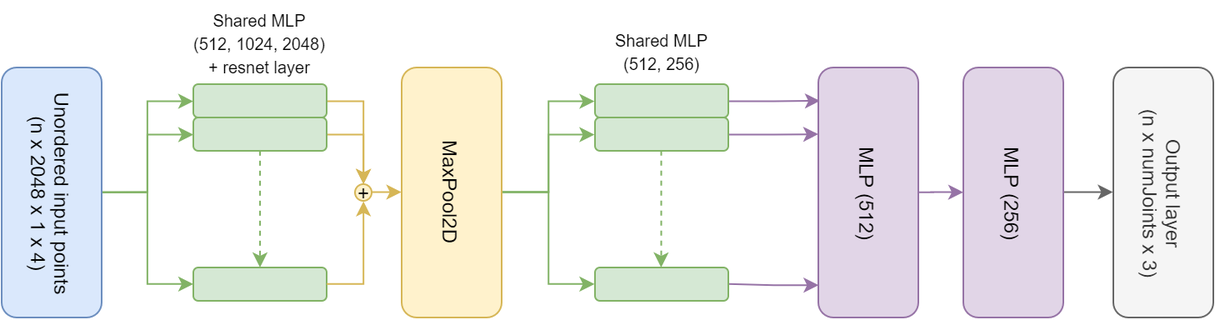
The draw.io diagram document/images/implementation/4chanPE.png in danasko/master_thesis, before a commit. Source tidied: cells renumbered, new cells last; positions are measured from the earlier drawing's top-left corner, leaving out a move shared by most shapes.
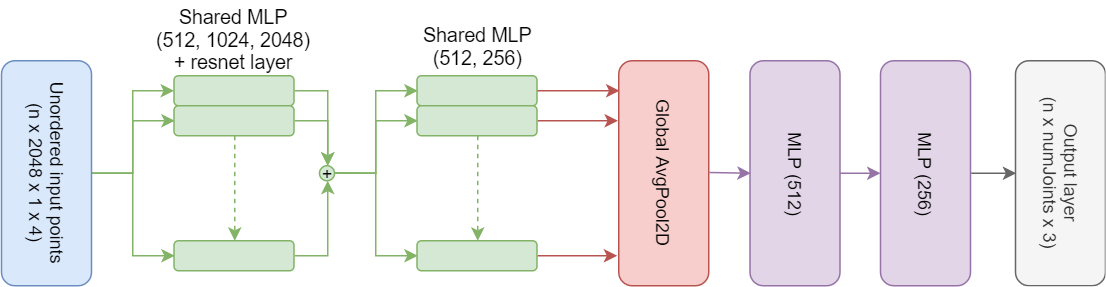
Later version of the same file.

Diff of the diagram source:
```diff
@@ -17,7 +17,7 @@
     <mxCell id="6" style="edgeStyle=orthogonalEdgeStyle;rounded=0;jettySize=auto;html=1;" parent="1" edge="1" source="8" target="11">
       <mxGeometry relative="1" as="geometry" />
     </mxCell>
-    <mxCell id="7" style="edgeStyle=orthogonalEdgeStyle;rounded=0;jettySize=auto;html=1;exitX=1;exitY=0.5;exitDx=0;exitDy=0;entryX=0.5;entryY=0;entryDx=0;entryDy=0;fillColor=#fff2cc;strokeColor=#d6b656;" parent="1" edge="1" source="8" target="29">
+    <mxCell id="7" style="edgeStyle=orthogonalEdgeStyle;rounded=0;jettySize=auto;html=1;exitX=1;exitY=0.5;exitDx=0;exitDy=0;entryX=0.5;entryY=0;entryDx=0;entryDy=0;fillColor=#d5e8d4;strokeColor=#82b366;" parent="1" edge="1" source="8" target="29">
       <mxGeometry relative="1" as="geometry" />
     </mxCell>
     <mxCell id="8" style="rounded=1;whiteSpace=wrap;html=1;fillColor=#d5e8d4;strokeColor=#82b366;" parent="1" vertex="1">
@@ -26,95 +26,95 @@
     <mxCell id="9" style="edgeStyle=orthogonalEdgeStyle;rounded=0;jettySize=auto;html=1;dashed=1;fillColor=#d5e8d4;strokeColor=#82b366;exitX=0.5;exitY=1;exitDx=0;exitDy=0;" parent="1" edge="1" source="11" target="13">
       <mxGeometry relative="1" as="geometry" />
     </mxCell>
-    <mxCell id="10" style="edgeStyle=orthogonalEdgeStyle;rounded=0;jettySize=auto;html=1;exitX=1;exitY=0.5;exitDx=0;exitDy=0;fillColor=#fff2cc;strokeColor=#d6b656;entryX=0.5;entryY=0;entryDx=0;entryDy=0;" parent="1" edge="1" source="11" target="29">
+    <mxCell id="10" style="edgeStyle=orthogonalEdgeStyle;rounded=0;jettySize=auto;html=1;exitX=1;exitY=0.5;exitDx=0;exitDy=0;fillColor=#d5e8d4;strokeColor=#82b366;entryX=0.5;entryY=0;entryDx=0;entryDy=0;" parent="1" edge="1" source="11" target="29">
       <mxGeometry relative="1" as="geometry" />
     </mxCell>
     <mxCell id="11" style="rounded=1;whiteSpace=wrap;html=1;fillColor=#d5e8d4;strokeColor=#82b366;" parent="1" vertex="1">
       <mxGeometry x="160.5" y="70" width="80" height="20" as="geometry" />
     </mxCell>
-    <mxCell id="12" style="edgeStyle=orthogonalEdgeStyle;rounded=0;jettySize=auto;html=1;exitX=1;exitY=0.5;exitDx=0;exitDy=0;fillColor=#fff2cc;strokeColor=#d6b656;entryX=0.5;entryY=1;entryDx=0;entryDy=0;" parent="1" edge="1" source="29" target="18">
-      <mxGeometry relative="1" as="geometry" />
-    </mxCell>
     <mxCell id="13" style="rounded=1;whiteSpace=wrap;html=1;fillColor=#d5e8d4;strokeColor=#82b366;" parent="1" vertex="1">
       <mxGeometry x="160.5" y="160" width="80" height="20" as="geometry" />
     </mxCell>
-    <mxCell id="14" value="&lt;font style=&quot;font-size: 10px&quot;&gt;Shared MLP&lt;br&gt;(512, 1024, 2048)&lt;br&gt;+ resnet layer&lt;br&gt;&lt;/font&gt;" style="text;html=1;align=center;verticalAlign=middle;rotation=0;" parent="1" vertex="1">
-      <mxGeometry x="155.5" width="90" height="50" as="geometry" />
+    <mxCell id="14" value="&lt;font style=&quot;font-size: 13px;&quot;&gt;Shared MLP&lt;br style=&quot;font-size: 13px;&quot;&gt;(512, 1024, 2048)&lt;br style=&quot;font-size: 13px;&quot;&gt;+ resnet layer&lt;br style=&quot;font-size: 13px;&quot;&gt;&lt;/font&gt;" style="text;html=1;align=center;verticalAlign=middle;rotation=0;fontSize=13;" parent="1" vertex="1">
+      <mxGeometry x="140.5" width="120" height="50" as="geometry" />
     </mxCell>
     <mxCell id="15" style="edgeStyle=orthogonalEdgeStyle;rounded=0;jettySize=auto;html=1;entryX=0;entryY=0.5;entryDx=0;entryDy=0;exitX=0.5;exitY=0;exitDx=0;exitDy=0;fillColor=#d5e8d4;strokeColor=#82b366;" parent="1" edge="1" target="21">
       <mxGeometry relative="1" as="geometry">
-        <mxPoint x="345.5" y="114.8" as="sourcePoint" />
+        <mxPoint x="266.5" y="114.8" as="sourcePoint" />
       </mxGeometry>
     </mxCell>
     <mxCell id="16" style="edgeStyle=orthogonalEdgeStyle;rounded=0;jettySize=auto;html=1;exitX=0.5;exitY=0;exitDx=0;exitDy=0;entryX=0;entryY=0.5;entryDx=0;entryDy=0;fillColor=#d5e8d4;strokeColor=#82b366;" parent="1" edge="1" target="24">
       <mxGeometry relative="1" as="geometry">
-        <mxPoint x="345.5" y="114.8" as="sourcePoint" />
+        <mxPoint x="266.5" y="114.8" as="sourcePoint" />
       </mxGeometry>
     </mxCell>
     <mxCell id="17" style="edgeStyle=orthogonalEdgeStyle;rounded=0;jettySize=auto;html=1;exitX=0.5;exitY=0;exitDx=0;exitDy=0;entryX=0;entryY=0.5;entryDx=0;entryDy=0;fillColor=#d5e8d4;strokeColor=#82b366;" parent="1" edge="1" target="26">
       <mxGeometry relative="1" as="geometry">
-        <mxPoint x="345.5" y="114.8" as="sourcePoint" />
+        <mxPoint x="266.5" y="114.8" as="sourcePoint" />
       </mxGeometry>
     </mxCell>
-    <mxCell id="18" value="MaxPool2D&lt;br&gt;" style="rounded=1;whiteSpace=wrap;html=1;rotation=90;fillColor=#fff2cc;strokeColor=#d6b656;" parent="1" vertex="1">
-      <mxGeometry x="240.5" y="85" width="150" height="60" as="geometry" />
-    </mxCell>
     <mxCell id="19" style="edgeStyle=orthogonalEdgeStyle;rounded=0;jettySize=auto;html=1;fillColor=#d5e8d4;strokeColor=#82b366;" parent="1" edge="1" source="21" target="24">
       <mxGeometry relative="1" as="geometry" />
     </mxCell>
-    <mxCell id="20" style="edgeStyle=orthogonalEdgeStyle;rounded=0;jettySize=auto;html=1;exitX=0.988;exitY=0.5;exitDx=0;exitDy=0;exitPerimeter=0;fillColor=#e1d5e7;strokeColor=#9673a6;" parent="1" edge="1" source="21">
+    <mxCell id="20" style="edgeStyle=orthogonalEdgeStyle;rounded=0;jettySize=auto;html=1;exitX=0.988;exitY=0.5;exitDx=0;exitDy=0;exitPerimeter=0;fillColor=#f8cecc;strokeColor=#b85450;" parent="1" edge="1" source="21">
       <mxGeometry relative="1" as="geometry">
-        <mxPoint x="536.5" y="60" as="targetPoint" />
+        <mxPoint x="457.5" y="60" as="targetPoint" />
       </mxGeometry>
     </mxCell>
     <mxCell id="21" style="rounded=1;whiteSpace=wrap;html=1;fillColor=#d5e8d4;strokeColor=#82b366;" parent="1" vertex="1">
-      <mxGeometry x="401.5" y="50" width="80" height="20" as="geometry" />
+      <mxGeometry x="322.5" y="50" width="80" height="20" as="geometry" />
     </mxCell>
     <mxCell id="22" style="edgeStyle=orthogonalEdgeStyle;rounded=0;jettySize=auto;html=1;dashed=1;fillColor=#d5e8d4;strokeColor=#82b366;exitX=0.5;exitY=1;exitDx=0;exitDy=0;" parent="1" edge="1" source="24" target="26">
       <mxGeometry relative="1" as="geometry" />
     </mxCell>
-    <mxCell id="23" style="edgeStyle=orthogonalEdgeStyle;rounded=0;jettySize=auto;html=1;exitX=1;exitY=0.5;exitDx=0;exitDy=0;fillColor=#e1d5e7;strokeColor=#9673a6;" parent="1" edge="1" source="24">
+    <mxCell id="23" style="edgeStyle=orthogonalEdgeStyle;rounded=0;jettySize=auto;html=1;exitX=1;exitY=0.5;exitDx=0;exitDy=0;fillColor=#f8cecc;strokeColor=#b85450;" parent="1" edge="1" source="24">
       <mxGeometry relative="1" as="geometry">
-        <mxPoint x="535.5" y="80" as="targetPoint" />
+        <mxPoint x="456.5" y="80" as="targetPoint" />
       </mxGeometry>
     </mxCell>
     <mxCell id="24" style="rounded=1;whiteSpace=wrap;html=1;fillColor=#d5e8d4;strokeColor=#82b366;" parent="1" vertex="1">
-      <mxGeometry x="401.5" y="70" width="80" height="20" as="geometry" />
+      <mxGeometry x="322.5" y="70" width="80" height="20" as="geometry" />
     </mxCell>
-    <mxCell id="25" style="edgeStyle=orthogonalEdgeStyle;rounded=0;jettySize=auto;html=1;exitX=1;exitY=0.5;exitDx=0;exitDy=0;fillColor=#e1d5e7;strokeColor=#9673a6;" parent="1" edge="1" source="26">
-      <mxGeometry relative="1" as="geometry">
-        <mxPoint x="535.4" y="170.6" as="targetPoint" />
-        <Array as="points">
-          <mxPoint x="508.5" y="171" />
-        </Array>
-      </mxGeometry>
-    </mxCell>
     <mxCell id="26" style="rounded=1;whiteSpace=wrap;html=1;fillColor=#d5e8d4;strokeColor=#82b366;" parent="1" vertex="1">
-      <mxGeometry x="401.5" y="160" width="80" height="20" as="geometry" />
+      <mxGeometry x="322.5" y="160" width="80" height="20" as="geometry" />
     </mxCell>
-    <mxCell id="27" value="&lt;font style=&quot;font-size: 10px&quot;&gt;Shared MLP&lt;br&gt;(512, 256)&lt;br&gt;&lt;/font&gt;" style="text;html=1;align=center;verticalAlign=middle;rotation=0;" parent="1" vertex="1">
-      <mxGeometry x="406.5" y="10" width="70" height="40" as="geometry" />
+    <mxCell id="27" value="&lt;font style=&quot;font-size: 13px;&quot;&gt;Shared MLP&lt;br style=&quot;font-size: 13px;&quot;&gt;(512, 256)&lt;br style=&quot;font-size: 13px;&quot;&gt;&lt;/font&gt;" style="text;html=1;align=center;verticalAlign=middle;rotation=0;fontSize=13;" parent="1" vertex="1">
+      <mxGeometry x="317.5" y="10" width="90" height="40" as="geometry" />
     </mxCell>
     <mxCell id="28" value="Output layer&lt;br&gt;(n x numJoints x 3)" style="rounded=1;whiteSpace=wrap;html=1;rotation=90;fillColor=#f5f5f5;strokeColor=#666666;fontColor=#333333;" parent="1" vertex="1">
-      <mxGeometry x="667.5" y="85" width="150" height="60" as="geometry" />
+      <mxGeometry x="676.5" y="85" width="150" height="60" as="geometry" />
     </mxCell>
-    <mxCell id="29" value="+" style="ellipse;whiteSpace=wrap;html=1;strokeWidth=1;verticalAlign=middle;spacing=2;spacingBottom=1;fillColor=#fff2cc;strokeColor=#d6b656;" parent="1" vertex="1">
+    <mxCell id="29" value="+" style="ellipse;whiteSpace=wrap;html=1;strokeWidth=1;verticalAlign=middle;spacing=2;spacingBottom=1;fillColor=#d5e8d4;strokeColor=#82b366;" parent="1" vertex="1">
       <mxGeometry x="257.5" y="110" width="10" height="10" as="geometry" />
     </mxCell>
-    <mxCell id="30" style="edgeStyle=orthogonalEdgeStyle;rounded=0;jettySize=auto;html=1;exitX=1;exitY=0.5;exitDx=0;exitDy=0;fillColor=#fff2cc;strokeColor=#d6b656;entryX=0.5;entryY=1;entryDx=0;entryDy=0;" parent="1" edge="1" source="13" target="29">
+    <mxCell id="30" style="edgeStyle=orthogonalEdgeStyle;rounded=0;jettySize=auto;html=1;exitX=1;exitY=0.5;exitDx=0;exitDy=0;fillColor=#d5e8d4;strokeColor=#82b366;entryX=0.5;entryY=1;entryDx=0;entryDy=0;" parent="1" edge="1" source="13" target="29">
       <mxGeometry relative="1" as="geometry" />
     </mxCell>
     <mxCell id="31" style="edgeStyle=orthogonalEdgeStyle;rounded=0;jettySize=auto;html=1;fillColor=#e1d5e7;strokeColor=#9673a6;" parent="1" edge="1" source="32" target="34">
       <mxGeometry relative="1" as="geometry" />
     </mxCell>
     <mxCell id="32" value="MLP (512)" style="rounded=1;whiteSpace=wrap;html=1;rotation=90;fillColor=#e1d5e7;strokeColor=#9673a6;" parent="1" vertex="1">
-      <mxGeometry x="490.5" y="85" width="150" height="60" as="geometry" />
+      <mxGeometry x="499.5" y="85" width="150" height="60" as="geometry" />
     </mxCell>
     <mxCell id="33" style="edgeStyle=orthogonalEdgeStyle;rounded=0;jettySize=auto;html=1;exitX=0.5;exitY=0;exitDx=0;exitDy=0;entryX=0.5;entryY=1;entryDx=0;entryDy=0;fillColor=#f5f5f5;strokeColor=#666666;" parent="1" edge="1" source="34" target="28">
       <mxGeometry relative="1" as="geometry" />
     </mxCell>
     <mxCell id="34" value="MLP (256)" style="rounded=1;whiteSpace=wrap;html=1;rotation=90;fillColor=#e1d5e7;strokeColor=#9673a6;" parent="1" vertex="1">
-      <mxGeometry x="577.5" y="85" width="150" height="60" as="geometry" />
+      <mxGeometry x="586.5" y="85" width="150" height="60" as="geometry" />
     </mxCell>
+    <mxCell id="35" value="Global AvgPool2D" style="rounded=1;whiteSpace=wrap;html=1;rotation=90;fillColor=#f8cecc;strokeColor=#b85450;" parent="1" vertex="1">
+      <mxGeometry x="412" y="85" width="150" height="60" as="geometry" />
+    </mxCell>
+    <mxCell id="36" style="edgeStyle=orthogonalEdgeStyle;rounded=0;orthogonalLoop=1;jettySize=auto;html=1;fillColor=#e1d5e7;strokeColor=#9673a6;" parent="1" edge="1">
+      <mxGeometry relative="1" as="geometry">
+        <mxPoint x="517.5" y="114.5" as="sourcePoint" />
+        <mxPoint x="544.5" y="114.5" as="targetPoint" />
+      </mxGeometry>
+    </mxCell>
+    <mxCell id="37" style="edgeStyle=orthogonalEdgeStyle;rounded=0;jettySize=auto;html=1;exitX=1;exitY=0.5;exitDx=0;exitDy=0;fillColor=#f8cecc;strokeColor=#b85450;" parent="1" edge="1" source="26">
+      <mxGeometry relative="1" as="geometry">
+        <mxPoint x="456" y="170" as="targetPoint" />
+      </mxGeometry>
+    </mxCell>
   </root>
 </mxGraphModel>
```
